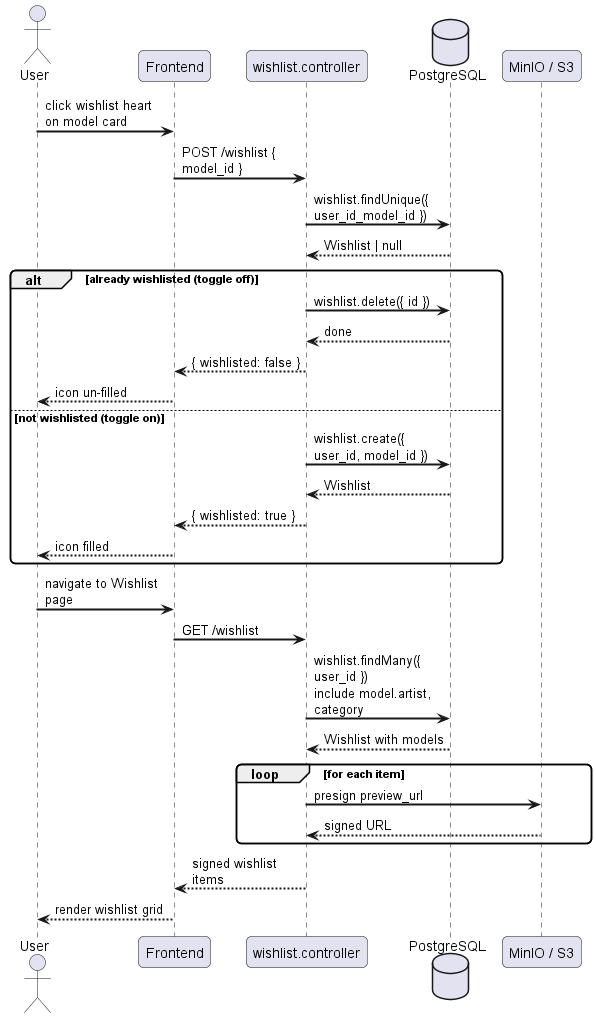
This is docs/diagrams/exports/sequence/commerce/sequence_wishlist.png from Schryzon/3Dex, a PlantUML export, as it was before one commit.
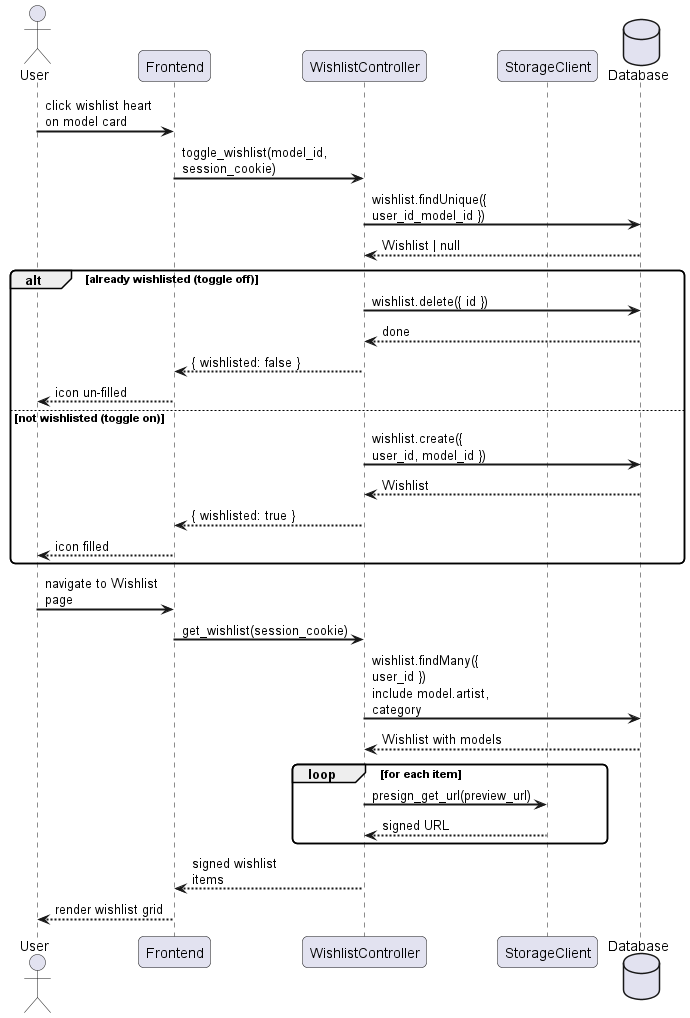
After the commit.

Diff of the diagram source:
```diff
@@ -5,12 +5,12 @@
 
 actor "User" as U
 participant "Frontend" as FE
-participant "wishlist.controller" as WC
-database "PostgreSQL" as DB
-participant "MinIO / S3" as S3
+participant "WishlistController" as WC
+participant "StorageClient" as S3
+database "Database" as DB
 
 U -> FE : click wishlist heart on model card
-FE -> WC : POST /wishlist { model_id }
+FE -> WC : toggle_wishlist(model_id, session_cookie)
 WC -> DB : wishlist.findUnique({ user_id_model_id })
 DB --> WC : Wishlist | null
 alt already wishlisted (toggle off)
@@ -26,11 +26,11 @@
 end
 
 U -> FE : navigate to Wishlist page
-FE -> WC : GET /wishlist
+FE -> WC : get_wishlist(session_cookie)
 WC -> DB : wishlist.findMany({ user_id })\ninclude model.artist, category
 DB --> WC : Wishlist with models
 loop for each item
-    WC -> S3 : presign preview_url
+    WC -> S3 : presign_get_url(preview_url)
     S3 --> WC : signed URL
 end
 WC --> FE : signed wishlist items
```
